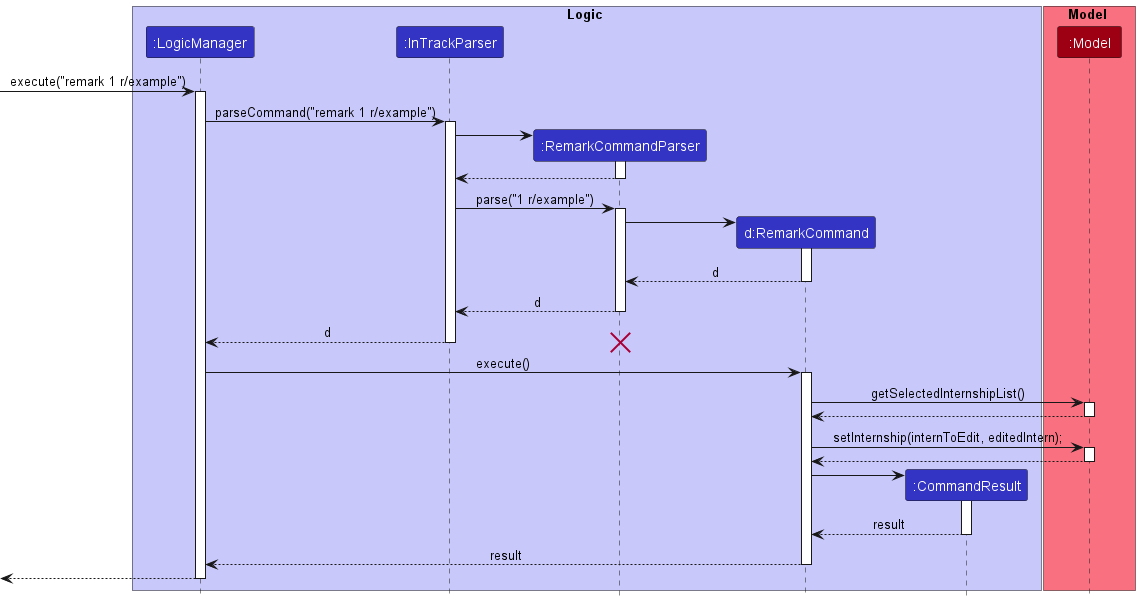
Above: docs/images/RemarkSequenceDiagram.png in nus-cs2103-AY2223S1/tp (PlantUML), before the change. The source it was exported from:
```plantuml
@startuml
!include style.puml

box Logic LOGIC_COLOR_T1
participant ":LogicManager" as LogicManager LOGIC_COLOR
participant ":InTrackParser" as InTrackParser LOGIC_COLOR
participant ":RemarkCommandParser" as RemarkCommandParser LOGIC_COLOR
participant "d:RemarkCommand" as RemarkCommand LOGIC_COLOR
participant ":CommandResult" as CommandResult LOGIC_COLOR
end box

box Model MODEL_COLOR_T1
participant ":Model" as Model MODEL_COLOR
end box

[-> LogicManager : execute("remark 1 r/example")
activate LogicManager

LogicManager -> InTrackParser : parseCommand("remark 1 r/example")
activate InTrackParser

create RemarkCommandParser
InTrackParser -> RemarkCommandParser
activate RemarkCommandParser

RemarkCommandParser --> InTrackParser
deactivate RemarkCommandParser

InTrackParser -> RemarkCommandParser : parse("1 r/example")
activate RemarkCommandParser

create RemarkCommand
RemarkCommandParser -> RemarkCommand
activate RemarkCommand

RemarkCommand --> RemarkCommandParser : d
deactivate

RemarkCommandParser --> InTrackParser : d
deactivate

InTrackParser --> LogicManager : d
deactivate

destroy RemarkCommandParser

LogicManager -> RemarkCommand : execute()
activate RemarkCommand

RemarkCommand -> Model : getSelectedInternshipList()
activate Model

Model --> RemarkCommand
deactivate

RemarkCommand -> Model : setInternship(internToEdit, editedIntern);
activate Model

Model --> RemarkCommand
deactivate

create CommandResult
RemarkCommand ->CommandResult
activate CommandResult

CommandResult --> RemarkCommand : result
deactivate

RemarkCommand --> LogicManager : result
deactivate

[<--LogicManager
deactivate LogicManager
@enduml
```
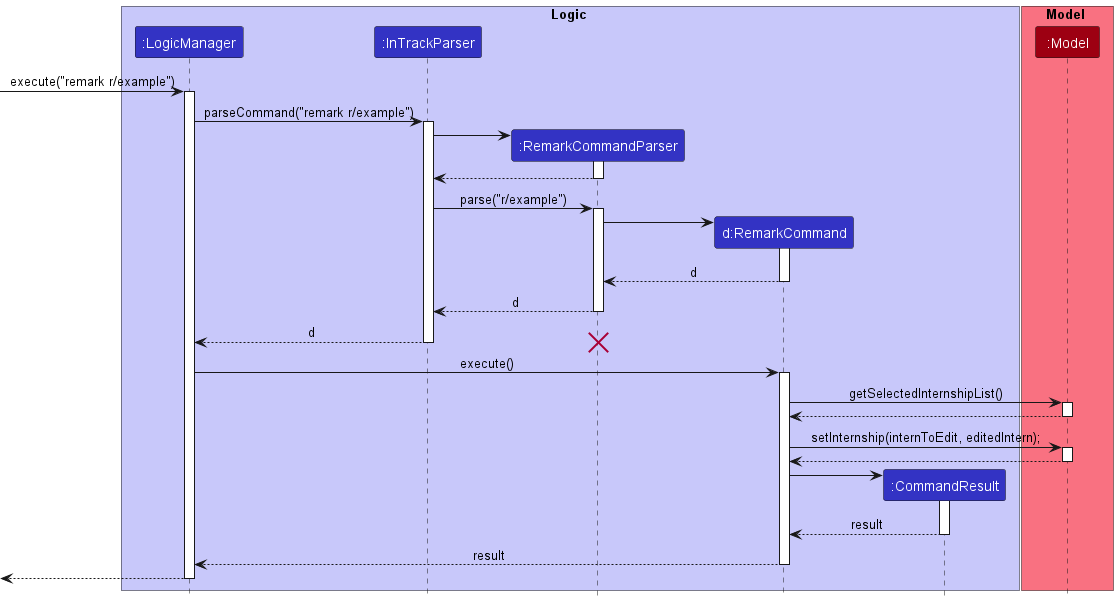
After the change.

Commit message:
Update Sequence diagram for remark command

What changed in the source:
```diff
@@ -13,10 +13,10 @@
 participant ":Model" as Model MODEL_COLOR
 end box
 
-[-> LogicManager : execute("remark 1 r/example")
+[-> LogicManager : execute("remark r/example")
 activate LogicManager
 
-LogicManager -> InTrackParser : parseCommand("remark 1 r/example")
+LogicManager -> InTrackParser : parseCommand("remark r/example")
 activate InTrackParser
 
 create RemarkCommandParser
@@ -26,7 +26,7 @@
 RemarkCommandParser --> InTrackParser
 deactivate RemarkCommandParser
 
-InTrackParser -> RemarkCommandParser : parse("1 r/example")
+InTrackParser -> RemarkCommandParser : parse("r/example")
 activate RemarkCommandParser
 
 create RemarkCommand
```
